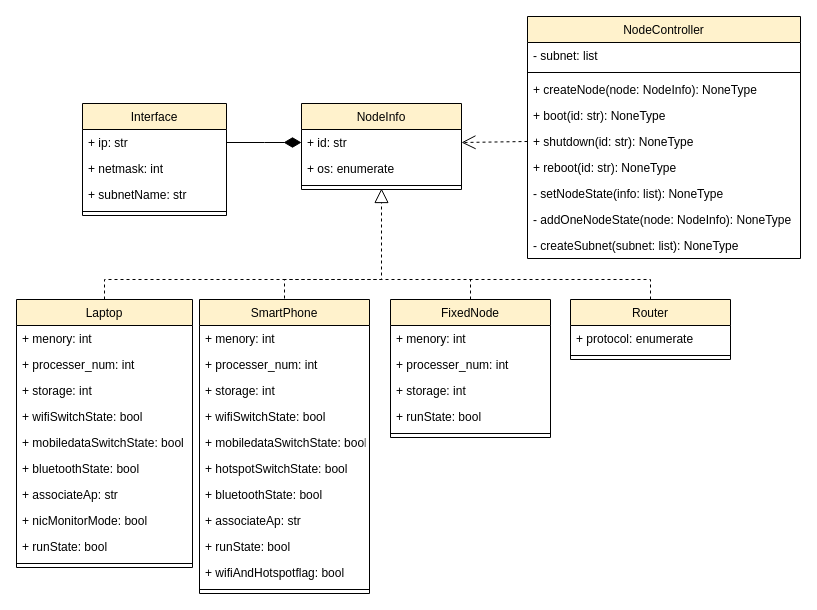
This is page "类图_节点控制模块" (7 of 13) of 仿真功能模块UML类图.drawio from Icarus1994/neutron_conf, a draw.io file, before an edit. Source tidied: cells renumbered, new cells numbered last; positions are measured from the earlier drawing's top-left corner, leaving out a move shared by most shapes. Both pictures are drawn from the tidied source at 100%, with x=0, y=0 at pixel (16, 16).
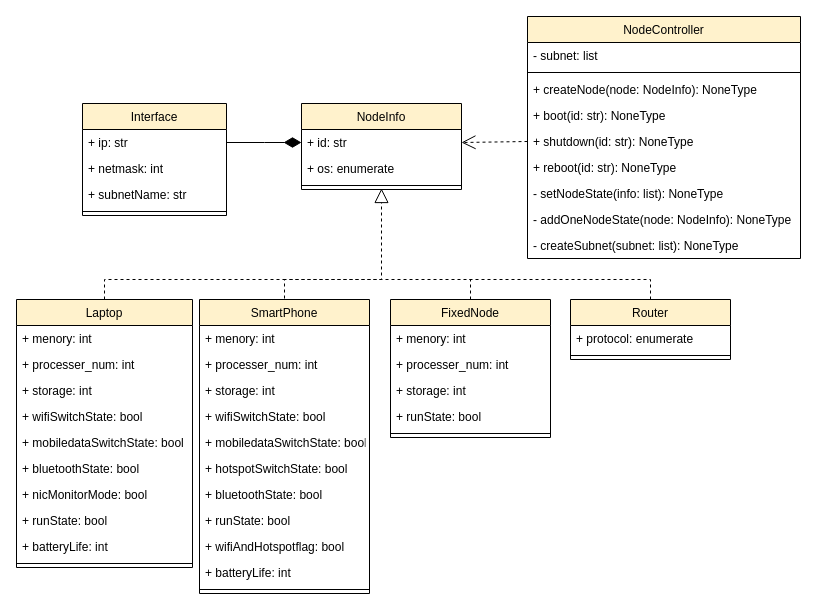
The same diagram, later.

The change refers to these unchanged cells:
```xml
<mxCell id="7" value="SmartPhone" style="swimlane;fontStyle=0;align=center;verticalAlign=top;horizontal=1;startSize=26;fillColor=#fff2cc;strokeColor=#000000;" parent="1" vertex="1">
  <mxGeometry x="183" y="283" width="170" height="294" as="geometry" />
</mxCell>
<mxCell id="19" value="Laptop" style="swimlane;fontStyle=0;align=center;verticalAlign=top;horizontal=1;startSize=26;fillColor=#fff2cc;strokeColor=#000000;" parent="1" vertex="1">
  <mxGeometry y="283" width="176" height="268" as="geometry" />
</mxCell>
```

The edit, as a diff of the source:
```diff
@@
-    <mxCell id="15" value="+ associateAp: str " style="text;strokeColor=none;fillColor=none;align=left;verticalAlign=top;spacingLeft=4;spacingRight=4;overflow=hidden;" parent="7" vertex="1">
-      <mxGeometry y="208" width="170" height="26" as="geometry" />
-    </mxCell>
     <mxCell id="16" value="+ runState: bool" style="text;strokeColor=none;fillColor=none;align=left;verticalAlign=top;spacingLeft=4;spacingRight=4;overflow=hidden;" parent="7" vertex="1">
-      <mxGeometry y="234" width="170" height="26" as="geometry" />
+      <mxGeometry y="208" width="170" height="26" as="geometry" />
     </mxCell>
     <mxCell id="17" value="+ wifiAndHotspotflag: bool" style="text;strokeColor=none;fillColor=none;align=left;verticalAlign=top;spacingLeft=4;spacingRight=4;overflow=hidden;" parent="7" vertex="1">
-      <mxGeometry y="260" width="170" height="26" as="geometry" />
+      <mxGeometry y="234" width="170" height="26" as="geometry" />
     </mxCell>
+    <mxCell id="59" value="+ batteryLife: int" style="text;strokeColor=none;fillColor=none;align=left;verticalAlign=top;spacingLeft=4;spacingRight=4;overflow=hidden;" parent="7" vertex="1">
+      <mxGeometry y="260" width="170" height="26" as="geometry" />
+    </mxCell>
@@
-    <mxCell id="26" value="+ associateAp: str " style="text;strokeColor=none;fillColor=none;align=left;verticalAlign=top;spacingLeft=4;spacingRight=4;overflow=hidden;" parent="19" vertex="1">
-      <mxGeometry y="182" width="176" height="26" as="geometry" />
-    </mxCell>
     <mxCell id="27" value="+ nicMonitorMode: bool " style="text;strokeColor=none;fillColor=none;align=left;verticalAlign=top;spacingLeft=4;spacingRight=4;overflow=hidden;" parent="19" vertex="1">
-      <mxGeometry y="208" width="176" height="26" as="geometry" />
+      <mxGeometry y="182" width="176" height="26" as="geometry" />
     </mxCell>
     <mxCell id="28" value="+ runState: bool" style="text;strokeColor=none;fillColor=none;align=left;verticalAlign=top;spacingLeft=4;spacingRight=4;overflow=hidden;" parent="19" vertex="1">
-      <mxGeometry y="234" width="176" height="26" as="geometry" />
+      <mxGeometry y="208" width="176" height="26" as="geometry" />
     </mxCell>
+    <mxCell id="60" value="+ batteryLife: int" style="text;strokeColor=none;fillColor=none;align=left;verticalAlign=top;spacingLeft=4;spacingRight=4;overflow=hidden;" parent="19" vertex="1">
+      <mxGeometry y="234" width="176" height="26" as="geometry" />
+    </mxCell>
```
